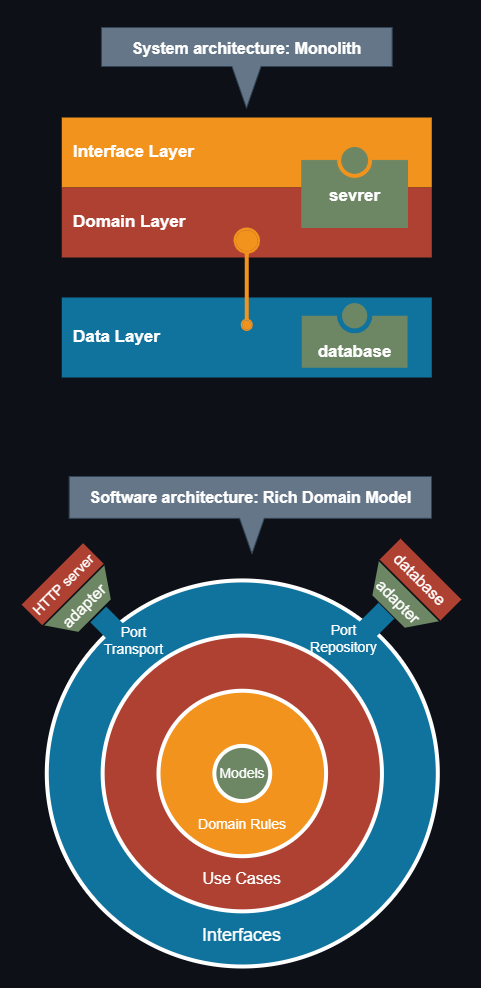
Above: asset/arch.png in kselnaag/shortlink (draw.io), before the change. Source tidied: cells renumbered, new cells last; positions are measured from the earlier drawing's top-left corner, leaving out a move shared by most shapes.
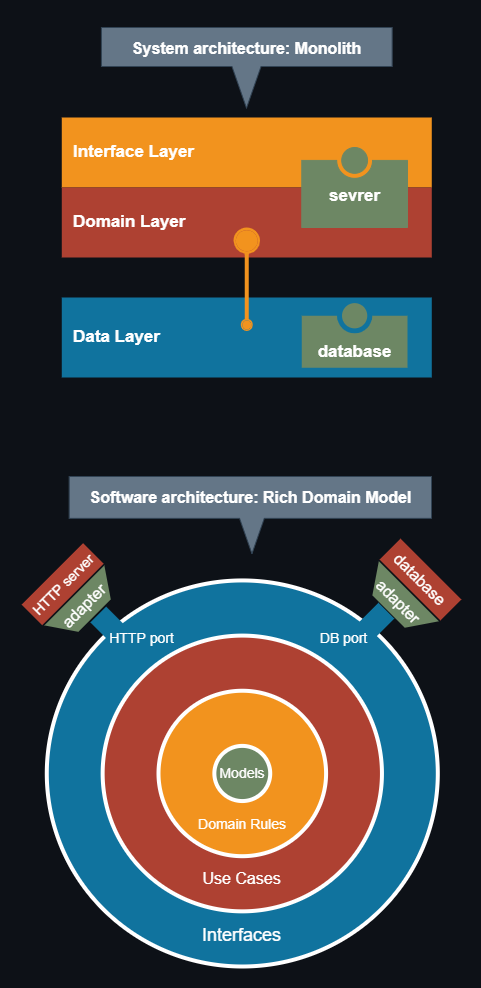
After the change.

What changed in the source:
```diff
@@ -38,11 +38,11 @@
     <mxCell id="13" value="&lt;font style=&quot;font-size: 16px;&quot; color=&quot;#ffffff&quot;&gt;database&lt;/font&gt;" style="verticalLabelPosition=middle;verticalAlign=middle;html=1;shape=trapezoid;perimeter=trapezoidPerimeter;whiteSpace=wrap;size=0;arcSize=10;flipV=1;labelPosition=center;align=center;fontSize=16;fillColor=#AE4132;strokeColor=none;rotation=45;" parent="3" vertex="1">
       <mxGeometry x="356" y="88.2" width="86" height="29.6" as="geometry" />
     </mxCell>
-    <mxCell id="14" value="&lt;font style=&quot;font-size: 14px;&quot; color=&quot;#ffffff&quot;&gt;Port Repository&lt;/font&gt;" style="text;html=1;strokeColor=none;fillColor=none;align=center;verticalAlign=middle;whiteSpace=wrap;rounded=0;fontSize=10;fontColor=#000000;" parent="3" vertex="1">
+    <mxCell id="14" value="&lt;font style=&quot;font-size: 14px;&quot; color=&quot;#ffffff&quot;&gt;DB port&lt;/font&gt;" style="text;html=1;strokeColor=none;fillColor=none;align=center;verticalAlign=middle;whiteSpace=wrap;rounded=0;fontSize=10;fontColor=#000000;" parent="3" vertex="1">
       <mxGeometry x="288.9" y="145.9" width="67" height="33.1" as="geometry" />
     </mxCell>
-    <mxCell id="15" value="&lt;font style=&quot;font-size: 14px;&quot; color=&quot;#ffffff&quot;&gt;Port&lt;br&gt;Transport&lt;/font&gt;" style="text;html=1;strokeColor=none;fillColor=none;align=center;verticalAlign=middle;whiteSpace=wrap;rounded=0;fontSize=10;fontColor=#000000;" parent="3" vertex="1">
-      <mxGeometry x="78.9" y="147" width="67" height="33.1" as="geometry" />
+    <mxCell id="15" value="&lt;font style=&quot;font-size: 14px;&quot; color=&quot;#ffffff&quot;&gt;HTTP port&lt;br&gt;&lt;/font&gt;" style="text;html=1;strokeColor=none;fillColor=none;align=center;verticalAlign=middle;whiteSpace=wrap;rounded=0;fontSize=10;fontColor=#000000;" parent="3" vertex="1">
+      <mxGeometry x="84.6" y="145.9" width="71.1" height="33.1" as="geometry" />
     </mxCell>
     <mxCell id="16" value="&lt;font style=&quot;font-size: 16px;&quot;&gt;adapter&lt;/font&gt;" style="verticalLabelPosition=middle;verticalAlign=middle;html=1;shape=trapezoid;perimeter=trapezoidPerimeter;whiteSpace=wrap;size=0.23;arcSize=10;flipV=1;labelPosition=center;align=center;fontSize=16;fillColor=#6d8764;strokeColor=none;rotation=45;fontColor=#ffffff;" parent="3" vertex="1">
       <mxGeometry x="334.7" y="110.6" width="84.9" height="28.7" as="geometry" />
```
